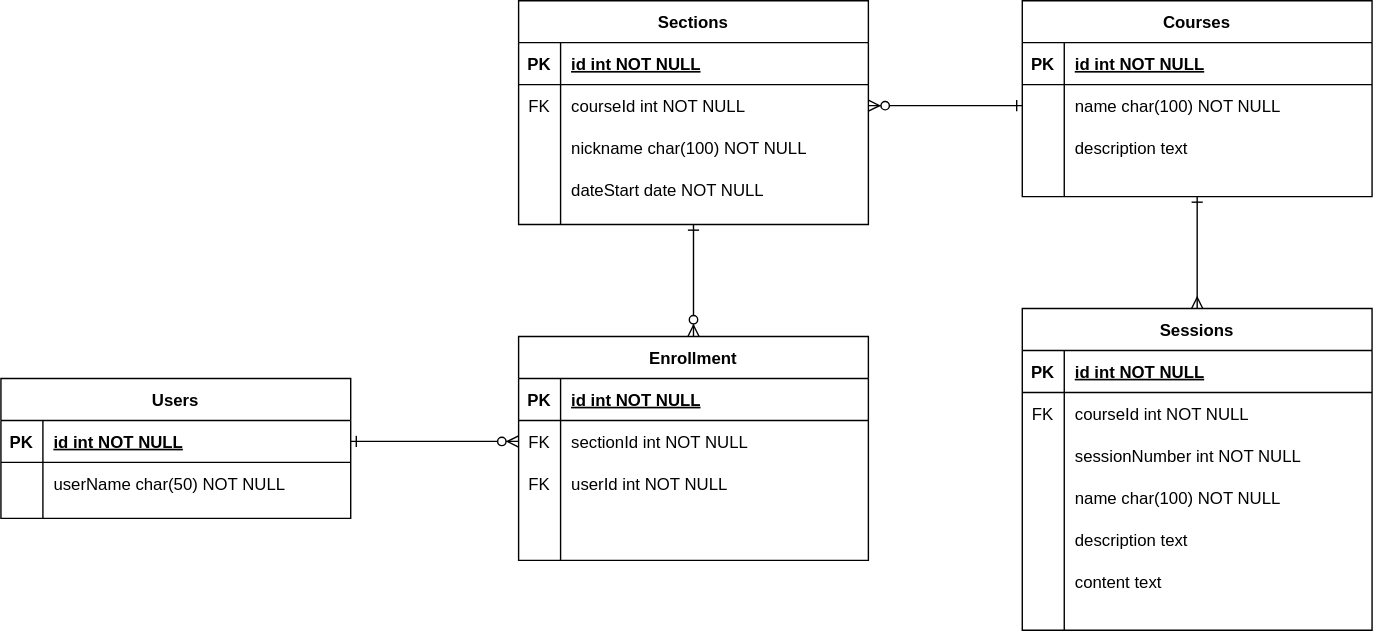
iraleigh/fullstack-take-home keeps this draw.io diagram as doc/real-takehome-datamodel.svg. Above is the earlier version. Source tidied: cells renumbered, new cells last; positions are measured from the earlier drawing's top-left corner, leaving out a move shared by most shapes.
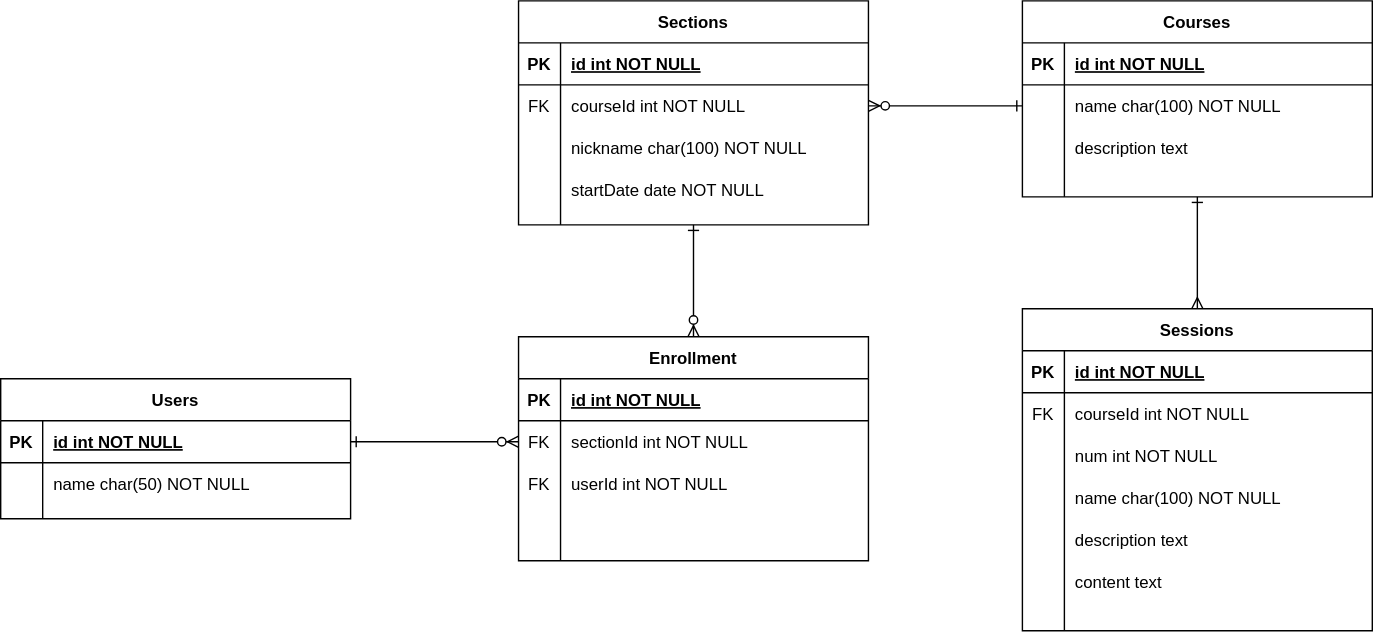
After the change.

Change to the diagram source:
```diff
@@ -41,7 +41,7 @@
     <mxCell id="14" style="shape=partialRectangle;overflow=hidden;fillColor=none;top=0;left=0;bottom=0;right=0;" parent="13" vertex="1">
       <mxGeometry width="30" height="30" as="geometry" />
     </mxCell>
-    <mxCell id="15" value="dateStart date NOT NULL" style="shape=partialRectangle;overflow=hidden;fillColor=none;top=0;left=0;bottom=0;right=0;align=left;spacingLeft=6;" parent="13" vertex="1">
+    <mxCell id="15" value="startDate date NOT NULL" style="shape=partialRectangle;overflow=hidden;fillColor=none;top=0;left=0;bottom=0;right=0;align=left;spacingLeft=6;" parent="13" vertex="1">
       <mxGeometry x="30" width="220" height="30" as="geometry" />
     </mxCell>
     <mxCell id="16" style="edgeStyle=orthogonalEdgeStyle;rounded=0;jettySize=auto;html=1;exitX=0.5;exitY=1;exitDx=0;exitDy=0;entryX=0.5;entryY=0;entryDx=0;entryDy=0;startArrow=ERone;startFill=0;endArrow=ERmany;endFill=0;" parent="1" edge="1" source="17" target="34">
@@ -95,7 +95,7 @@
     <mxCell id="32" style="shape=partialRectangle;overflow=hidden;fillColor=none;top=0;left=0;bottom=0;right=0;" parent="31" vertex="1">
       <mxGeometry width="30" height="30" as="geometry" />
     </mxCell>
-    <mxCell id="33" value="userName char(50) NOT NULL" style="shape=partialRectangle;overflow=hidden;fillColor=none;top=0;left=0;bottom=0;right=0;align=left;spacingLeft=6;" parent="31" vertex="1">
+    <mxCell id="33" value="name char(50) NOT NULL" style="shape=partialRectangle;overflow=hidden;fillColor=none;top=0;left=0;bottom=0;right=0;align=left;spacingLeft=6;" parent="31" vertex="1">
       <mxGeometry x="30" width="220" height="30" as="geometry" />
     </mxCell>
     <mxCell id="34" value="Sessions" style="shape=table;startSize=30;rowLines=0;fontStyle=1;align=center;" parent="1" vertex="1">
@@ -125,7 +125,7 @@
     <mxCell id="42" style="shape=partialRectangle;overflow=hidden;fillColor=none;top=0;left=0;bottom=0;right=0;" parent="41" vertex="1">
       <mxGeometry width="30" height="30" as="geometry" />
     </mxCell>
-    <mxCell id="43" value="sessionNumber int NOT NULL" style="shape=partialRectangle;overflow=hidden;fillColor=none;top=0;left=0;bottom=0;right=0;align=left;spacingLeft=6;" parent="41" vertex="1">
+    <mxCell id="43" value="num int NOT NULL" style="shape=partialRectangle;overflow=hidden;fillColor=none;top=0;left=0;bottom=0;right=0;align=left;spacingLeft=6;" parent="41" vertex="1">
       <mxGeometry x="30" width="220" height="30" as="geometry" />
     </mxCell>
     <mxCell id="44" style="shape=partialRectangle;fillColor=none;top=0;left=0;right=0;bottom=0;" parent="34" vertex="1">
```
